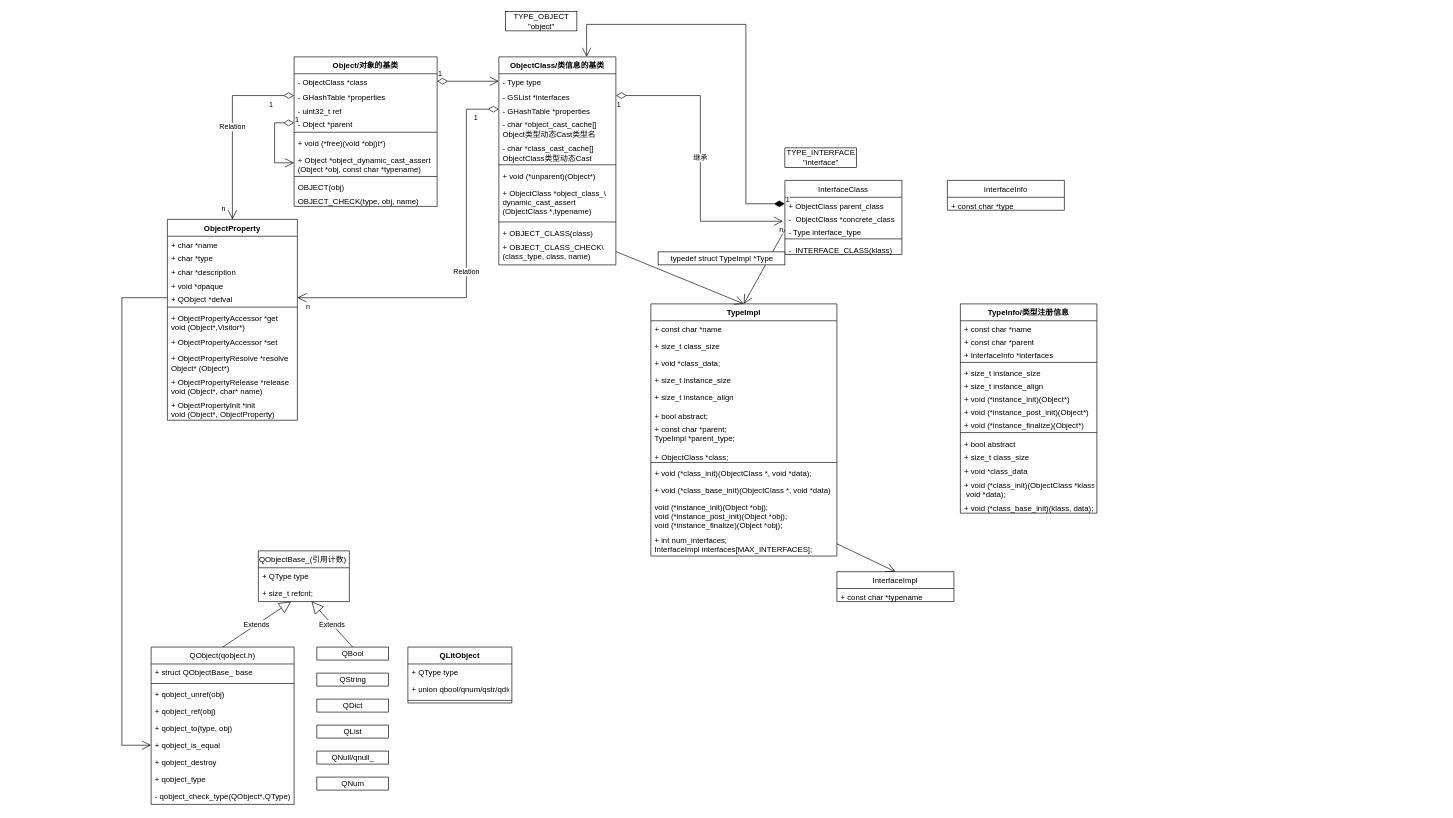
youtubezou/A-thinking-in-linux keeps this draw.io diagram as QOM.drawio. Above is the earlier version. Source tidied: cells renumbered, new cells numbered last; positions are measured from the earlier drawing's top-left corner, leaving out a move shared by most shapes. Both pictures are drawn from the tidied source at 65%, with x=0, y=0 at pixel (122, 11).
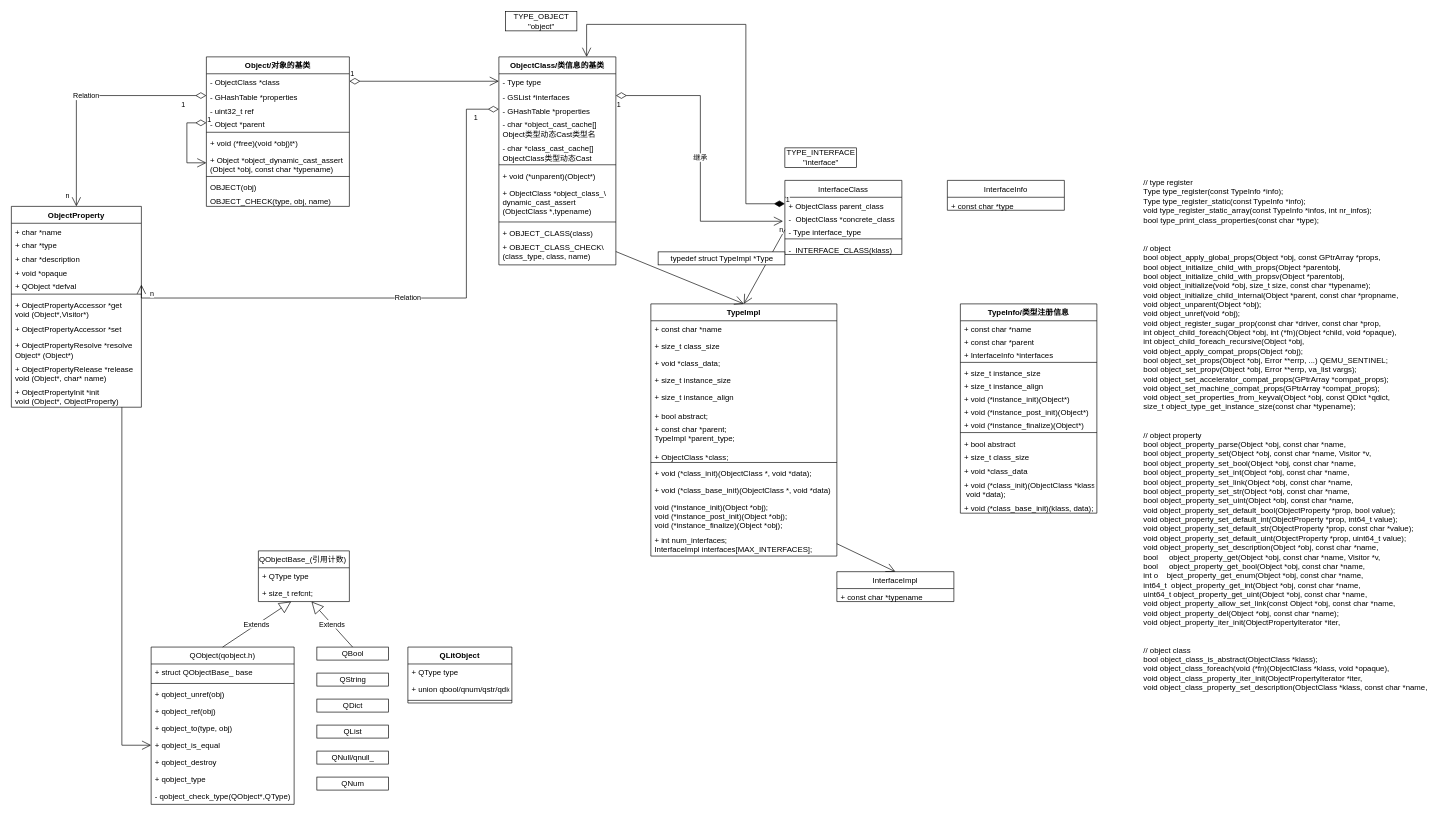
Above is the later version.

The change refers to these unchanged cells:
```xml
<mxCell id="45" value="+ QObject *defval" style="text;strokeColor=none;fillColor=none;align=left;verticalAlign=top;spacingLeft=4;spacingRight=4;overflow=hidden;points=[[0,0.5],[1,0.5]];portConstraint=eastwest;" parent="40" vertex="1">
  <mxGeometry y="110" width="200" height="21" as="geometry" />
</mxCell>
<mxCell id="51" value="+ ObjectPropertyInit *init&#10;void (Object*, ObjectProperty)" style="text;strokeColor=none;fillColor=none;align=left;verticalAlign=top;spacingLeft=4;spacingRight=4;overflow=hidden;points=[[0,0.5],[1,0.5]];portConstraint=eastwest;" parent="40" vertex="1">
  <mxGeometry y="273" width="200" height="36" as="geometry" />
</mxCell>
<mxCell id="58" value="+ qobject_is_equal" style="text;strokeColor=none;fillColor=none;align=left;verticalAlign=top;spacingLeft=4;spacingRight=4;overflow=hidden;points=[[0,0.5],[1,0.5]];portConstraint=eastwest;" parent="52" vertex="1">
  <mxGeometry y="138" width="220" height="26" as="geometry" />
</mxCell>
```

Change to the diagram source:
```diff
@@
     <mxCell id="40" value="ObjectProperty" style="swimlane;fontStyle=1;align=center;verticalAlign=top;horizontal=1;startSize=26;" parent="1" vertex="1">
-      <mxGeometry x="70" y="320" width="200" height="309" as="geometry" />
+      <mxGeometry x="-170" y="300" width="200" height="309" as="geometry" />
     </mxCell>
@@
-    <mxCell id="77" style="endArrow=open;endFill=1;endSize=12;html=1;rounded=0;entryX=0;entryY=0.5;entryDx=0;entryDy=0;edgeStyle=orthogonalEdgeStyle;exitX=0;exitY=0.5;exitDx=0;exitDy=0;" parent="1" edge="1" source="45" target="58">
+    <mxCell id="77" style="endArrow=open;endFill=1;endSize=12;html=1;rounded=0;entryX=0;entryY=0.5;entryDx=0;entryDy=0;edgeStyle=orthogonalEdgeStyle;" parent="1" edge="1" source="51" target="58">
       <mxGeometry relative="1" as="geometry">
         <Array as="points">
-          <mxPoint y="441" />
           <mxPoint y="1129" />
         </Array>
       </mxGeometry>
     </mxCell>
@@
     <mxCell id="90" value="Object/对象的基类" style="swimlane;fontStyle=1;align=center;verticalAlign=top;horizontal=1;startSize=26;" parent="1" vertex="1">
-      <mxGeometry x="265" y="70" width="220" height="230" as="geometry" />
+      <mxGeometry x="130" y="70" width="220" height="230" as="geometry" />
     </mxCell>
@@
+    <mxCell id="121" value="// type register&#10;Type type_register(const TypeInfo *info);&#10;Type type_register_static(const TypeInfo *info);&#10;void type_register_static_array(const TypeInfo *infos, int nr_infos);&#10;bool type_print_class_properties(const char *type);&#10;&#10;&#10;// object&#10;bool object_apply_global_props(Object *obj, const GPtrArray *props,&#10;bool object_initialize_child_with_props(Object *parentobj,&#10;bool object_initialize_child_with_propsv(Object *parentobj,&#10;void object_initialize(void *obj, size_t size, const char *typename);&#10;void object_initialize_child_internal(Object *parent, const char *propname,&#10;void object_unparent(Object *obj);&#10;void object_unref(void *obj);&#10;void object_register_sugar_prop(const char *driver, const char *prop,&#10;int object_child_foreach(Object *obj, int (*fn)(Object *child, void *opaque),&#10;int object_child_foreach_recursive(Object *obj,&#10;void object_apply_compat_props(Object *obj);&#10;bool object_set_props(Object *obj, Error **errp, ...) QEMU_SENTINEL;&#10;bool object_set_propv(Object *obj, Error **errp, va_list vargs);&#10;void object_set_accelerator_compat_props(GPtrArray *compat_props);&#10;void object_set_machine_compat_props(GPtrArray *compat_props);&#10;void object_set_properties_from_keyval(Object *obj, const QDict *qdict,&#10;size_t object_type_get_instance_size(const char *typename);&#10;&#10;&#10;// object property&#10;bool object_property_parse(Object *obj, const char *name,&#10;bool object_property_set(Object *obj, const char *name, Visitor *v,&#10;bool object_property_set_bool(Object *obj, const char *name,&#10;bool object_property_set_int(Object *obj, const char *name,&#10;bool object_property_set_link(Object *obj, const char *name,&#10;bool object_property_set_str(Object *obj, const char *name,&#10;bool object_property_set_uint(Object *obj, const char *name,&#10;void object_property_set_default_bool(ObjectProperty *prop, bool value);&#10;void object_property_set_default_int(ObjectProperty *prop, int64_t value);&#10;void object_property_set_default_str(ObjectProperty *prop, const char *value);&#10;void object_property_set_default_uint(ObjectProperty *prop, uint64_t value);&#10;void object_property_set_description(Object *obj, const char *name,&#10;bool     object_property_get(Object *obj, const char *name, Visitor *v,&#10;bool     object_property_get_bool(Object *obj, const char *name,&#10;int o    bject_property_get_enum(Object *obj, const char *name,&#10;int64_t  object_property_get_int(Object *obj, const char *name,&#10;uint64_t object_property_get_uint(Object *obj, const char *name,&#10;void object_property_allow_set_link(const Object *obj, const char *name,&#10;void object_property_del(Object *obj, const char *name);&#10;void object_property_iter_init(ObjectPropertyIterator *iter,&#10;&#10;&#10;// object class&#10;bool object_class_is_abstract(ObjectClass *klass);&#10;void object_class_foreach(void (*fn)(ObjectClass *klass, void *opaque),&#10;void object_class_property_iter_init(ObjectPropertyIterator *iter,&#10;void object_class_property_set_description(ObjectClass *klass, const char *name," style="text;whiteSpace=wrap;html=1;" parent="1" vertex="1">
+      <mxGeometry x="1570" y="250" width="460" height="790" as="geometry" />
+    </mxCell>
```
